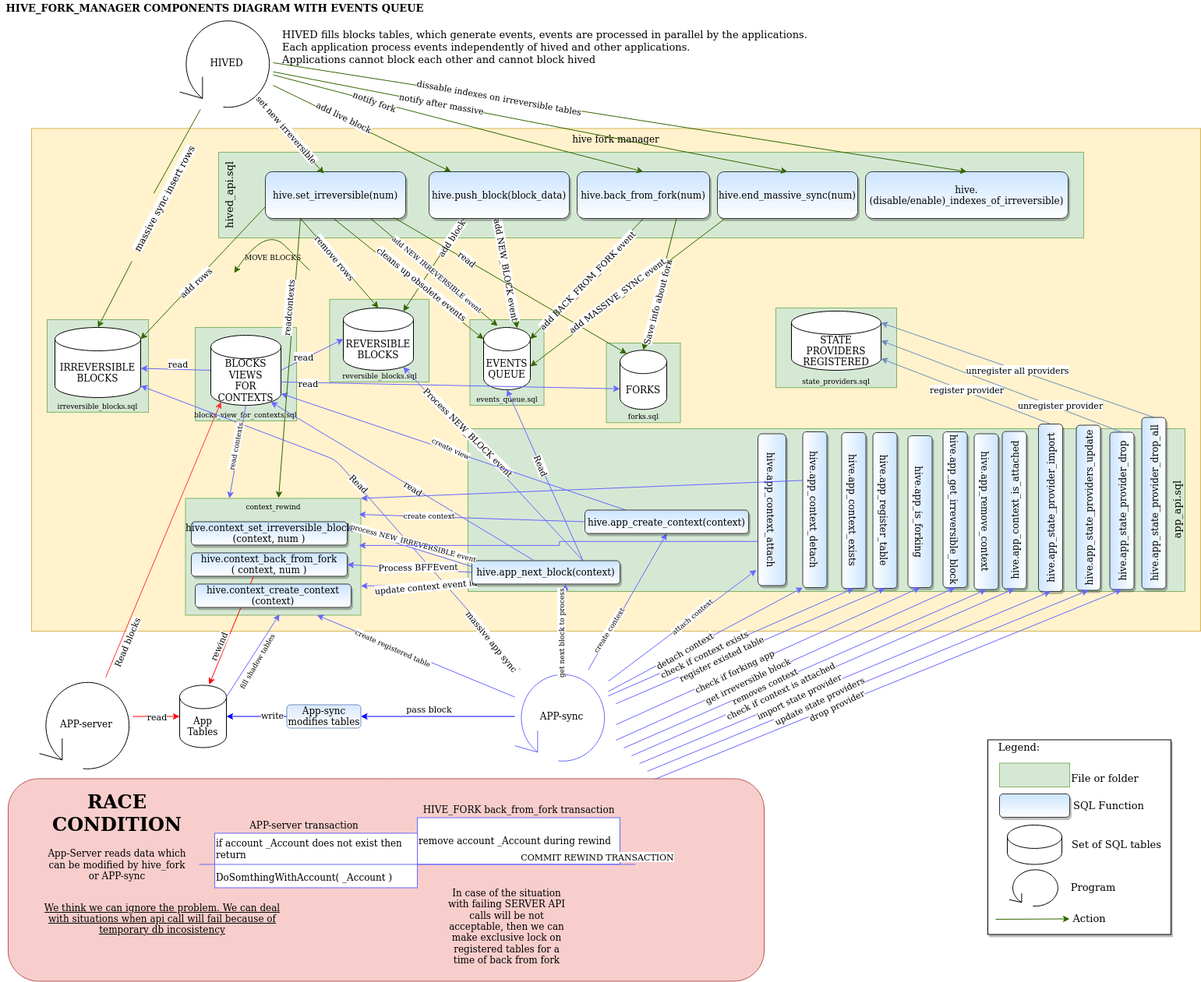
The draw.io diagram src/hive_fork_manager/doc/evq_c3.png in openhive-network/HAfAH, before a commit. Source tidied: cells renumbered, new cells last; positions are measured from the earlier drawing's top-left corner, leaving out a move shared by most shapes.
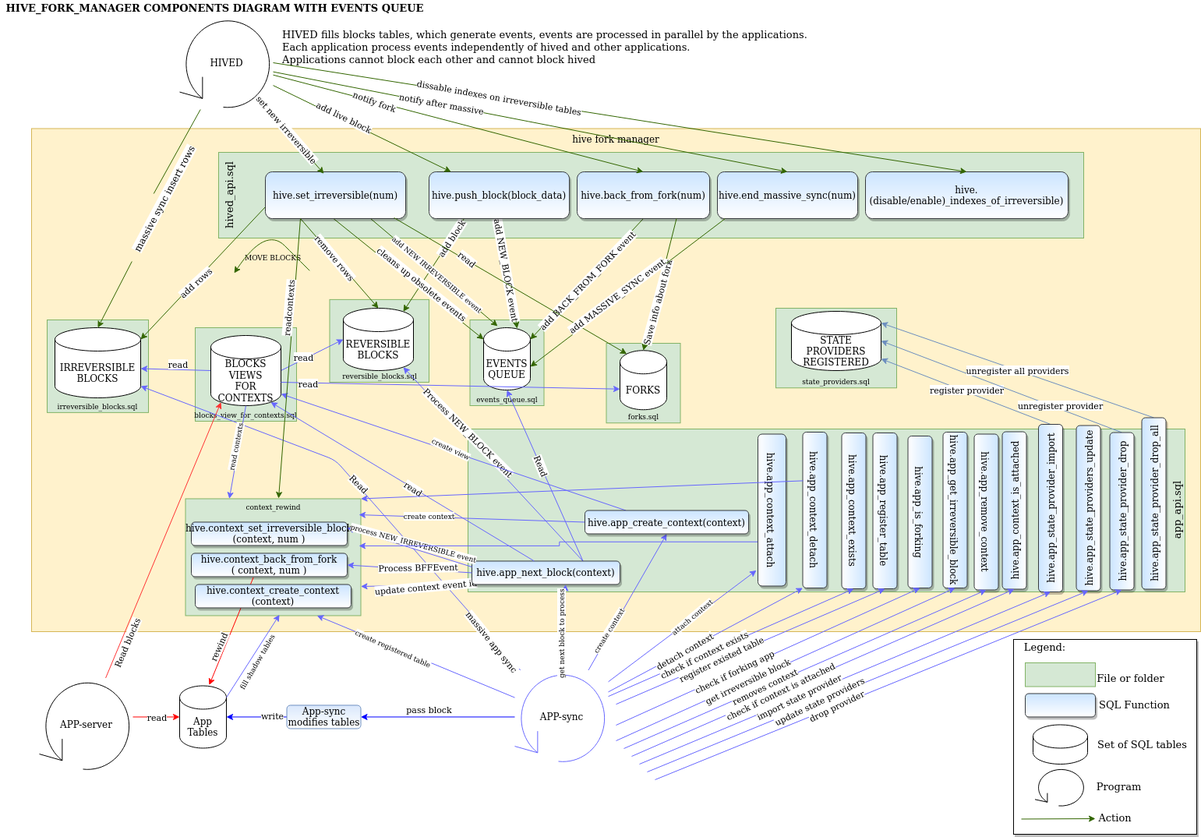
The same diagram one commit later.

Commit message:
update HFM doc: move race codition description to known problems

What changed in the source:
```diff
@@ -21,7 +21,7 @@
       <mxGeometry x="60" y="410" width="130" height="118.9" as="geometry" />
     </mxCell>
     <mxCell id="8" style="rounded=0;whiteSpace=wrap;html=1;shadow=1;glass=0;sketch=0;hachureGap=4;fontSize=13;fontColor=#000000;gradientColor=#ffffff;verticalAlign=bottom;" parent="1" vertex="1">
-      <mxGeometry x="1267" y="949.5" width="235" height="250" as="geometry" />
+      <mxGeometry x="1300" y="820" width="235" height="250" as="geometry" />
     </mxCell>
     <mxCell id="9" value="app_api.sql" style="rounded=0;whiteSpace=wrap;html=1;labelBackgroundColor=none;fontSize=13;align=center;horizontal=0;verticalAlign=bottom;fillColor=#d5e8d4;strokeColor=#82b366;" parent="1" vertex="1">
       <mxGeometry x="600" y="550" width="920" height="209" as="geometry" />
@@ -29,9 +29,6 @@
     <mxCell id="10" value="&lt;div&gt;hived_api.sql&lt;/div&gt;" style="rounded=0;whiteSpace=wrap;html=1;labelBackgroundColor=none;fontSize=13;align=center;horizontal=0;verticalAlign=top;fillColor=#d5e8d4;strokeColor=#82b366;" parent="1" vertex="1">
       <mxGeometry x="280" y="195" width="1110" height="110" as="geometry" />
     </mxCell>
-    <mxCell id="11" style="rounded=1;whiteSpace=wrap;html=1;labelBackgroundColor=none;strokeColor=#b85450;align=left;fillColor=#f8cecc;" parent="1" vertex="1">
-      <mxGeometry x="10" y="999.5" width="970" height="260" as="geometry" />
-    </mxCell>
     <mxCell id="12" value="HIVED" style="shape=mxgraph.bpmn.loop;html=1;outlineConnect=0;" parent="1" vertex="1">
       <mxGeometry x="230" y="20" width="120" height="120" as="geometry" />
     </mxCell>
@@ -237,47 +234,9 @@
     <mxCell id="64" value="App-sync modifies tables" style="rounded=1;whiteSpace=wrap;html=1;align=center;fillColor=#dae8fc;strokeColor=#6c8ebf;gradientColor=#ffffff;" parent="1" vertex="1">
       <mxGeometry x="367.5" y="904.5" width="95" height="30" as="geometry" />
     </mxCell>
-    <mxCell id="65" value="&lt;h1&gt;RACE CONDITION&lt;br&gt;&lt;/h1&gt;&lt;p&gt;App-Server reads data which can be modified by hive_fork or APP-sync&lt;br&gt;&lt;/p&gt;" style="text;html=1;strokeColor=none;fillColor=none;spacing=5;spacingTop=-20;whiteSpace=wrap;overflow=hidden;rounded=0;labelBackgroundColor=none;align=center;" parent="1" vertex="1">
-      <mxGeometry x="55" y="1009.5" width="190" height="140" as="geometry" />
-    </mxCell>
-    <mxCell id="66" value="&lt;div&gt;if account _Account does not exist then return&lt;/div&gt;&lt;div&gt;&lt;br&gt;&lt;/div&gt;&lt;div&gt;DoSomthingWithAccount( _Account )&lt;br&gt;&lt;/div&gt;" style="rounded=0;whiteSpace=wrap;html=1;labelBackgroundColor=none;strokeColor=#6666FF;align=left;" parent="1" vertex="1">
-      <mxGeometry x="275" y="1069.5" width="260" height="70" as="geometry" />
-    </mxCell>
-    <mxCell id="67" value="remove account  _Account during rewind" style="rounded=0;whiteSpace=wrap;html=1;labelBackgroundColor=none;strokeColor=#6666FF;align=left;" parent="1" vertex="1">
-      <mxGeometry x="535" y="1049.5" width="260" height="60" as="geometry" />
-    </mxCell>
-    <mxCell id="68" style="endArrow=none;html=1;fontColor=#FF0000;strokeColor=#6666FF;" parent="1" edge="1">
-      <mxGeometry relative="1" as="geometry">
-        <mxPoint x="255" y="1109.5" as="sourcePoint" />
-        <mxPoint x="815" y="1109.5" as="targetPoint" />
-      </mxGeometry>
-    </mxCell>
-    <mxCell id="69" value="COMMIT REWIND TRANSACTION" style="edgeLabel;html=1;align=center;verticalAlign=middle;" parent="68" vertex="1">
-      <mxGeometry x="0.91" y="-3" relative="1" as="geometry">
-        <mxPoint x="-26" y="-13" as="offset" />
-      </mxGeometry>
-    </mxCell>
-    <mxCell id="70" value="APP-server transaction" style="text;html=1;strokeColor=none;fillColor=none;align=center;verticalAlign=middle;whiteSpace=wrap;rounded=0;labelBackgroundColor=none;fontColor=#000000;" parent="1" vertex="1">
-      <mxGeometry x="295" y="1049.5" width="190" height="20" as="geometry" />
-    </mxCell>
-    <mxCell id="71" value="HIVE_FORK back_from_fork transaction" style="text;html=1;align=center;verticalAlign=middle;strokeColor=none;fontColor=#000000;" parent="1" vertex="1">
-      <mxGeometry x="535" y="1029.5" width="260" height="20" as="geometry" />
-    </mxCell>
     <mxCell id="72" value="&lt;font style=&quot;font-size: 13px&quot;&gt;&lt;b&gt;HIVE_FORK_MANAGER COMPONENTS DIAGRAM WITH EVENTS QUEUE&lt;/b&gt;&lt;/font&gt;" style="text;html=1;align=center;verticalAlign=middle;strokeColor=none;fontColor=#000000;" parent="1" vertex="1">
       <mxGeometry width="550" height="20" as="geometry" />
     </mxCell>
-    <mxCell id="73" style="edgeStyle=none;rounded=0;orthogonalLoop=1;jettySize=auto;html=1;exitX=1;exitY=0.5;exitDx=0;exitDy=0;fontColor=#000000;strokeColor=#6666FF;" parent="1" edge="1">
-      <mxGeometry relative="1" as="geometry">
-        <mxPoint x="785" y="1104.5" as="sourcePoint" />
-        <mxPoint x="785" y="1104.5" as="targetPoint" />
-      </mxGeometry>
-    </mxCell>
-    <mxCell id="74" value="We think we can ignore the problem. We can deal with situations when api call will fail because of temporary db incosistency" style="text;html=1;strokeColor=none;fillColor=none;align=center;verticalAlign=middle;whiteSpace=wrap;rounded=0;labelBackgroundColor=none;fontColor=#000000;fontStyle=4;" parent="1" vertex="1">
-      <mxGeometry x="47.5" y="1169.5" width="320" height="20" as="geometry" />
-    </mxCell>
-    <mxCell id="75" value="In case of the situation with failing SERVER API calls will be not acceptable, then we can make exclusive lock on registered tables for a time of back from fork" style="text;html=1;strokeColor=none;fillColor=none;align=center;verticalAlign=middle;whiteSpace=wrap;rounded=0;labelBackgroundColor=none;fontColor=#000000;" parent="1" vertex="1">
-      <mxGeometry x="570" y="1179.5" width="160" height="20" as="geometry" />
-    </mxCell>
     <mxCell id="76" style="rounded=0;jettySize=auto;html=1;exitX=1;exitY=0.5;exitDx=0;exitDy=0;exitPerimeter=0;entryX=0;entryY=0.5;entryDx=0;entryDy=0;entryPerimeter=0;strokeColor=#6666FF;" parent="1" edge="1" source="82" target="50">
       <mxGeometry relative="1" as="geometry" />
     </mxCell>
@@ -557,40 +516,40 @@
       <mxGeometry x="-0.22" relative="1" as="geometry" />
     </mxCell>
     <mxCell id="153" style="rounded=0;whiteSpace=wrap;html=1;labelBackgroundColor=none;fontSize=9;verticalAlign=top;fillColor=#d5e8d4;strokeColor=#82b366;" parent="1" vertex="1">
-      <mxGeometry x="1282" y="979.5" width="90" height="30.5" as="geometry" />
+      <mxGeometry x="1315" y="850" width="90" height="30.5" as="geometry" />
     </mxCell>
     <mxCell id="154" style="rounded=1;whiteSpace=wrap;html=1;align=center;fillColor=#cce5ff;strokeColor=#36393d;glass=0;sketch=0;shadow=1;gradientColor=#ffffff;" parent="1" vertex="1">
-      <mxGeometry x="1282" y="1019" width="90" height="30" as="geometry" />
+      <mxGeometry x="1315" y="889.5" width="90" height="30" as="geometry" />
     </mxCell>
     <mxCell id="155" style="shape=cylinder3;whiteSpace=wrap;html=1;boundedLbl=1;backgroundOutline=1;size=15;" parent="1" vertex="1">
-      <mxGeometry x="1292" y="1059" width="70" height="50.5" as="geometry" />
+      <mxGeometry x="1325" y="929.5" width="70" height="50.5" as="geometry" />
     </mxCell>
     <mxCell id="156" style="shape=mxgraph.bpmn.loop;html=1;" parent="1" vertex="1">
-      <mxGeometry x="1294.5" y="1113.7" width="65" height="50.5" as="geometry" />
+      <mxGeometry x="1327.5" y="984.2" width="65" height="50.5" as="geometry" />
     </mxCell>
     <mxCell id="157" value="File or folder" style="text;html=1;align=center;verticalAlign=middle;strokeColor=none;fillColor=none;fontSize=13;fontColor=#000000;" parent="1" vertex="1">
-      <mxGeometry x="1367" y="989.5" width="100" height="20" as="geometry" />
+      <mxGeometry x="1400" y="860" width="100" height="20" as="geometry" />
     </mxCell>
     <mxCell id="158" value="SQL Function" style="text;html=1;align=center;verticalAlign=middle;strokeColor=none;fillColor=none;fontSize=13;fontColor=#000000;" parent="1" vertex="1">
-      <mxGeometry x="1367" y="1024" width="110" height="20" as="geometry" />
+      <mxGeometry x="1400" y="894.5" width="110" height="20" as="geometry" />
     </mxCell>
     <mxCell id="159" value="Set of SQL tables" style="text;html=1;align=center;verticalAlign=middle;strokeColor=none;fillColor=none;fontSize=13;fontColor=#000000;" parent="1" vertex="1">
-      <mxGeometry x="1367" y="1074.2" width="130" height="20" as="geometry" />
+      <mxGeometry x="1400" y="944.7" width="130" height="20" as="geometry" />
     </mxCell>
     <mxCell id="160" value="Program" style="text;html=1;align=center;verticalAlign=middle;strokeColor=none;fillColor=none;fontSize=13;fontColor=#000000;" parent="1" vertex="1">
-      <mxGeometry x="1367" y="1129" width="70" height="20" as="geometry" />
+      <mxGeometry x="1400" y="999.5" width="70" height="20" as="geometry" />
     </mxCell>
     <mxCell id="161" value="Legend:" style="text;html=1;align=center;verticalAlign=middle;strokeColor=none;fillColor=none;fontSize=13;fontColor=#000000;" parent="1" vertex="1">
-      <mxGeometry x="1272" y="949.5" width="70" height="20" as="geometry" />
+      <mxGeometry x="1305" y="820" width="70" height="20" as="geometry" />
     </mxCell>
     <mxCell id="162" style="endArrow=classic;html=1;fillColor=#f8cecc;strokeColor=#336600;" parent="1" edge="1">
       <mxGeometry relative="1" as="geometry">
-        <mxPoint x="1277" y="1180" as="sourcePoint" />
-        <mxPoint x="1372" y="1179.5" as="targetPoint" />
+        <mxPoint x="1310" y="1050.5" as="sourcePoint" />
+        <mxPoint x="1405" y="1050" as="targetPoint" />
       </mxGeometry>
     </mxCell>
     <mxCell id="163" value="Action" style="text;html=1;align=center;verticalAlign=middle;strokeColor=none;fillColor=none;fontSize=13;fontColor=#000000;" parent="1" vertex="1">
-      <mxGeometry x="1367" y="1169" width="60" height="20" as="geometry" />
+      <mxGeometry x="1400" y="1039.5" width="60" height="20" as="geometry" />
     </mxCell>
     <mxCell id="164" value="state_providers.sql" style="rounded=0;whiteSpace=wrap;html=1;labelBackgroundColor=none;fontSize=9;verticalAlign=bottom;fillColor=#d5e8d4;strokeColor=#82b366;" parent="1" vertex="1">
       <mxGeometry x="995" y="395" width="155" height="102.2" as="geometry" />
```
